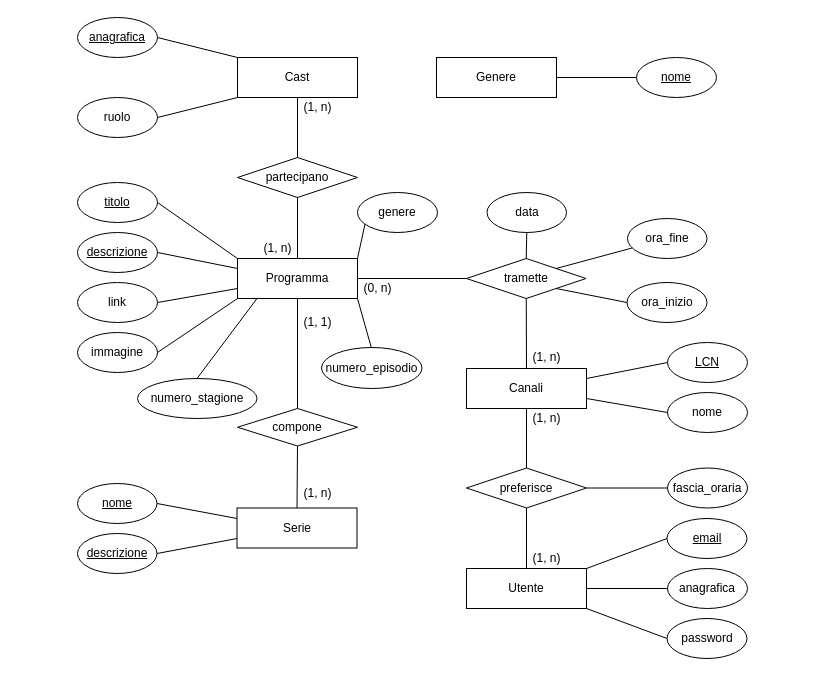
Timat-Piderma/progetto-DB keeps this draw.io diagram as Diagramma ER.drawio. Above is the earlier version. Source tidied: cells renumbered, new cells numbered last; positions are measured from the earlier drawing's top-left corner, leaving out a move shared by most shapes. Both pictures are drawn from the tidied source at 100%, with x=0, y=0 at pixel (77, 17).
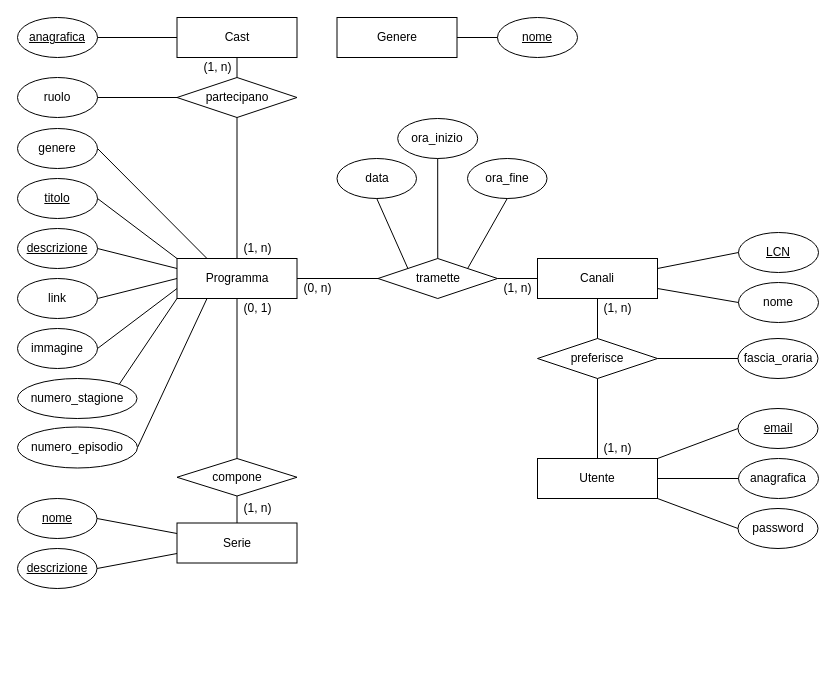
Above is the later version.

Diff of the diagram source:
```diff
@@
     <mxCell id="2" value="Canali" style="rounded=0;whiteSpace=wrap;html=1;" parent="1" vertex="1">
-      <mxGeometry x="389" y="351" width="120" height="40" as="geometry" />
+      <mxGeometry x="460" y="241" width="120" height="40" as="geometry" />
     </mxCell>
     <mxCell id="3" value="Programma" style="rounded=0;whiteSpace=wrap;html=1;" parent="1" vertex="1">
-      <mxGeometry x="160" y="241" width="120" height="40" as="geometry" />
+      <mxGeometry x="99.5" y="241" width="120" height="40" as="geometry" />
     </mxCell>
     <mxCell id="4" value="tramette" style="shape=rhombus;perimeter=rhombusPerimeter;whiteSpace=wrap;html=1;align=center;" parent="1" vertex="1">
-      <mxGeometry x="389" y="241" width="119.5" height="40" as="geometry" />
+      <mxGeometry x="300.5" y="241" width="119.5" height="40" as="geometry" />
     </mxCell>
@@
     <mxCell id="6" value="partecipano" style="shape=rhombus;perimeter=rhombusPerimeter;whiteSpace=wrap;html=1;align=center;" parent="1" vertex="1">
-      <mxGeometry x="160" y="140" width="120" height="40" as="geometry" />
+      <mxGeometry x="99.5" y="60" width="120" height="40" as="geometry" />
     </mxCell>
@@
     <mxCell id="9" value="Utente" style="whiteSpace=wrap;html=1;align=center;" parent="1" vertex="1">
-      <mxGeometry x="389" y="551" width="120" height="40" as="geometry" />
+      <mxGeometry x="460" y="441" width="120" height="40" as="geometry" />
     </mxCell>
@@
     <mxCell id="11" value="LCN" style="ellipse;whiteSpace=wrap;html=1;align=center;fontStyle=4;" parent="1" vertex="1">
-      <mxGeometry x="590" y="325" width="80" height="40" as="geometry" />
+      <mxGeometry x="661" y="215" width="80" height="40" as="geometry" />
     </mxCell>
     <mxCell id="12" value="data" style="ellipse;whiteSpace=wrap;html=1;align=center;" parent="1" vertex="1">
-      <mxGeometry x="409.5" y="175" width="79.5" height="40" as="geometry" />
+      <mxGeometry x="259.5" y="141" width="79.5" height="40" as="geometry" />
     </mxCell>
     <mxCell id="13" value="&lt;u&gt;descrizione&lt;/u&gt;" style="ellipse;whiteSpace=wrap;html=1;align=center;" parent="1" vertex="1">
-      <mxGeometry y="516" width="79.5" height="40" as="geometry" />
+      <mxGeometry x="-60" y="531" width="79.5" height="40" as="geometry" />
     </mxCell>
     <mxCell id="14" value="&lt;u&gt;nome&lt;/u&gt;" style="ellipse;whiteSpace=wrap;html=1;align=center;" parent="1" vertex="1">
-      <mxGeometry y="466" width="79.5" height="40" as="geometry" />
+      <mxGeometry x="-60" y="481" width="79.5" height="40" as="geometry" />
     </mxCell>
     <mxCell id="15" value="anagrafica" style="ellipse;whiteSpace=wrap;html=1;align=center;fontStyle=4;" parent="1" vertex="1">
-      <mxGeometry width="80" height="40" as="geometry" />
+      <mxGeometry x="-60" width="80" height="40" as="geometry" />
     </mxCell>
     <mxCell id="16" value="ruolo" style="ellipse;whiteSpace=wrap;html=1;align=center;" parent="1" vertex="1">
-      <mxGeometry y="80" width="80" height="40" as="geometry" />
+      <mxGeometry x="-60" y="60" width="80" height="40" as="geometry" />
     </mxCell>
     <mxCell id="17" value="email" style="ellipse;whiteSpace=wrap;html=1;align=center;fontStyle=4;" parent="1" vertex="1">
-      <mxGeometry x="589.5" y="501" width="80" height="40" as="geometry" />
+      <mxGeometry x="660.5" y="391" width="80" height="40" as="geometry" />
     </mxCell>
     <mxCell id="18" value="anagrafica" style="ellipse;whiteSpace=wrap;html=1;align=center;" parent="1" vertex="1">
-      <mxGeometry x="590" y="551" width="80" height="40" as="geometry" />
+      <mxGeometry x="661" y="441" width="80" height="40" as="geometry" />
     </mxCell>
     <mxCell id="19" value="password" style="ellipse;whiteSpace=wrap;html=1;align=center;" parent="1" vertex="1">
-      <mxGeometry x="589.5" y="601" width="80" height="40" as="geometry" />
+      <mxGeometry x="660.5" y="491" width="80" height="40" as="geometry" />
     </mxCell>
     <mxCell id="20" value="nome" style="ellipse;whiteSpace=wrap;html=1;align=center;" parent="1" vertex="1">
-      <mxGeometry x="590" y="375" width="80" height="40" as="geometry" />
+      <mxGeometry x="661" y="265" width="80" height="40" as="geometry" />
     </mxCell>
     <mxCell id="21" value="&lt;u&gt;descrizione&lt;/u&gt;" style="ellipse;whiteSpace=wrap;html=1;align=center;" parent="1" vertex="1">
-      <mxGeometry y="215" width="80" height="40" as="geometry" />
+      <mxGeometry x="-60" y="211" width="80" height="40" as="geometry" />
     </mxCell>
     <mxCell id="22" value="titolo" style="ellipse;whiteSpace=wrap;html=1;align=center;fontStyle=4;" parent="1" vertex="1">
-      <mxGeometry y="165" width="80" height="40" as="geometry" />
+      <mxGeometry x="-60" y="161" width="80" height="40" as="geometry" />
     </mxCell>
     <mxCell id="23" value="link" style="ellipse;whiteSpace=wrap;html=1;fontFamily=Helvetica;fontSize=12;fontColor=default;align=center;strokeColor=default;fillColor=default;" parent="1" vertex="1">
-      <mxGeometry y="265" width="80" height="40" as="geometry" />
+      <mxGeometry x="-60" y="261" width="80" height="40" as="geometry" />
     </mxCell>
     <mxCell id="24" value="immagine" style="ellipse;whiteSpace=wrap;html=1;align=center;" parent="1" vertex="1">
-      <mxGeometry y="315" width="80" height="40" as="geometry" />
+      <mxGeometry x="-60" y="311" width="80" height="40" as="geometry" />
     </mxCell>
-    <mxCell id="25" style="endArrow=none;html=1;rounded=0;exitX=1;exitY=0.5;exitDx=0;exitDy=0;entryX=0;entryY=0;entryDx=0;entryDy=0;" parent="1" edge="1" source="15" target="68">
+    <mxCell id="25" style="endArrow=none;html=1;rounded=0;exitX=1;exitY=0.5;exitDx=0;exitDy=0;entryX=0;entryY=0.5;entryDx=0;entryDy=0;" parent="1" edge="1" source="15" target="68">
       <mxGeometry relative="1" as="geometry" />
     </mxCell>
-    <mxCell id="26" style="endArrow=none;html=1;rounded=0;exitX=1;exitY=0.5;exitDx=0;exitDy=0;entryX=0;entryY=1;entryDx=0;entryDy=0;" parent="1" edge="1" source="16" target="68">
+    <mxCell id="26" style="endArrow=none;html=1;rounded=0;exitX=1;exitY=0.5;exitDx=0;exitDy=0;entryX=0;entryY=0.5;entryDx=0;entryDy=0;" parent="1" edge="1" source="16" target="6">
       <mxGeometry relative="1" as="geometry" />
     </mxCell>
@@
     <mxCell id="32" value="Serie" style="whiteSpace=wrap;html=1;align=center;" parent="1" vertex="1">
-      <mxGeometry x="159.5" y="490.5" width="120" height="40" as="geometry" />
+      <mxGeometry x="99.5" y="505.5" width="120" height="40" as="geometry" />
     </mxCell>
     <mxCell id="33" value="numero_stagione" style="ellipse;whiteSpace=wrap;html=1;align=center;" parent="1" vertex="1">
-      <mxGeometry x="60" y="361" width="119.5" height="40" as="geometry" />
+      <mxGeometry x="-60" y="361" width="119.5" height="40" as="geometry" />
     </mxCell>
-    <mxCell id="34" style="endArrow=none;html=1;rounded=0;entryX=1;entryY=1;entryDx=0;entryDy=0;" parent="1" edge="1" target="3">
-      <mxGeometry relative="1" as="geometry">
-        <mxPoint x="293.8" y="330.1" as="sourcePoint" />
-      </mxGeometry>
+    <mxCell id="34" style="endArrow=none;html=1;rounded=0;entryX=0.25;entryY=1;entryDx=0;entryDy=0;exitX=1;exitY=0.5;exitDx=0;exitDy=0;" parent="1" edge="1" source="70" target="3">
+      <mxGeometry relative="1" as="geometry" />
     </mxCell>
-    <mxCell id="35" style="endArrow=none;html=1;rounded=0;" parent="1" edge="1">
-      <mxGeometry relative="1" as="geometry">
-        <mxPoint x="119.5" y="361" as="sourcePoint" />
-        <mxPoint x="179.5" y="281" as="targetPoint" />
-      </mxGeometry>
+    <mxCell id="35" style="endArrow=none;html=1;rounded=0;exitX=1;exitY=0;exitDx=0;exitDy=0;entryX=0;entryY=1;entryDx=0;entryDy=0;" parent="1" edge="1" source="33" target="3">
+      <mxGeometry relative="1" as="geometry" />
     </mxCell>
     <mxCell id="36" style="endArrow=none;html=1;rounded=0;exitX=1;exitY=0.5;exitDx=0;exitDy=0;" parent="1" edge="1" source="13">
       <mxGeometry relative="1" as="geometry">
-        <mxPoint x="159.5" y="521" as="targetPoint" />
+        <mxPoint x="99.5" y="536" as="targetPoint" />
       </mxGeometry>
     </mxCell>
-    <mxCell id="37" style="endArrow=none;html=1;rounded=0;entryX=0.5;entryY=1;entryDx=0;entryDy=0;exitX=0.5;exitY=0;exitDx=0;exitDy=0;" parent="1" edge="1" source="4" target="12">
+    <mxCell id="37" style="endArrow=none;html=1;rounded=0;entryX=0.5;entryY=1;entryDx=0;entryDy=0;exitX=0;exitY=0;exitDx=0;exitDy=0;" parent="1" edge="1" source="4" target="12">
       <mxGeometry relative="1" as="geometry" />
     </mxCell>
@@
-    <mxCell id="40" style="endArrow=none;html=1;rounded=0;entryX=1;entryY=0.5;entryDx=0;entryDy=0;exitX=0;exitY=0.75;exitDx=0;exitDy=0;" parent="1" edge="1" source="3" target="23">
+    <mxCell id="40" style="endArrow=none;html=1;rounded=0;entryX=1;entryY=0.5;entryDx=0;entryDy=0;exitX=0;exitY=0.5;exitDx=0;exitDy=0;" parent="1" edge="1" source="3" target="23">
       <mxGeometry relative="1" as="geometry" />
     </mxCell>
-    <mxCell id="41" style="endArrow=none;html=1;rounded=0;exitX=0;exitY=1;exitDx=0;exitDy=0;entryX=1;entryY=0.5;entryDx=0;entryDy=0;" parent="1" edge="1" source="3" target="24">
+    <mxCell id="41" style="endArrow=none;html=1;rounded=0;exitX=0;exitY=0.75;exitDx=0;exitDy=0;entryX=1;entryY=0.5;entryDx=0;entryDy=0;" parent="1" edge="1" source="3" target="24">
       <mxGeometry relative="1" as="geometry" />
     </mxCell>
-    <mxCell id="42" style="endArrow=none;html=1;rounded=0;exitX=0.5;exitY=1;exitDx=0;exitDy=0;entryX=0.5;entryY=0;entryDx=0;entryDy=0;" parent="1" edge="1" source="4" target="2">
+    <mxCell id="42" style="endArrow=none;html=1;rounded=0;exitX=1;exitY=0.5;exitDx=0;exitDy=0;entryX=0;entryY=0.5;entryDx=0;entryDy=0;" parent="1" edge="1" source="4" target="2">
       <mxGeometry relative="1" as="geometry" />
     </mxCell>
     <mxCell id="43" value="preferisce" style="shape=rhombus;perimeter=rhombusPerimeter;whiteSpace=wrap;html=1;align=center;" parent="1" vertex="1">
-      <mxGeometry x="389" y="450.5" width="120" height="40" as="geometry" />
+      <mxGeometry x="460" y="321" width="120" height="40" as="geometry" />
     </mxCell>
@@
     <mxCell id="46" value="compone" style="shape=rhombus;perimeter=rhombusPerimeter;whiteSpace=wrap;html=1;align=center;" parent="1" vertex="1">
-      <mxGeometry x="160" y="391" width="120" height="37.5" as="geometry" />
+      <mxGeometry x="99.5" y="441" width="120" height="37.5" as="geometry" />
     </mxCell>
@@
     <mxCell id="49" value="ora_fine" style="ellipse;whiteSpace=wrap;html=1;align=center;" parent="1" vertex="1">
-      <mxGeometry x="550" y="201" width="79.5" height="40" as="geometry" />
+      <mxGeometry x="390" y="141" width="79.5" height="40" as="geometry" />
     </mxCell>
-    <mxCell id="50" style="endArrow=none;html=1;rounded=0;exitX=1;exitY=0;exitDx=0;exitDy=0;" parent="1" edge="1" source="4" target="49">
+    <mxCell id="50" style="endArrow=none;html=1;rounded=0;exitX=1;exitY=0;exitDx=0;exitDy=0;entryX=0.5;entryY=1;entryDx=0;entryDy=0;" parent="1" edge="1" source="4" target="49">
       <mxGeometry relative="1" as="geometry" />
     </mxCell>
     <mxCell id="51" style="endArrow=none;html=1;rounded=0;exitX=1;exitY=0.5;exitDx=0;exitDy=0;" parent="1" edge="1" source="14">
       <mxGeometry relative="1" as="geometry">
-        <mxPoint x="159.5" y="501" as="targetPoint" />
+        <mxPoint x="99.5" y="516" as="targetPoint" />
       </mxGeometry>
     </mxCell>
     <mxCell id="52" value="Genere" style="whiteSpace=wrap;html=1;align=center;" parent="1" vertex="1">
-      <mxGeometry x="359" y="40" width="120" height="40" as="geometry" />
+      <mxGeometry x="259.5" width="120" height="40" as="geometry" />
     </mxCell>
     <mxCell id="53" value="&lt;div&gt;nome&lt;/div&gt;" style="ellipse;whiteSpace=wrap;html=1;align=center;fontStyle=4;" parent="1" vertex="1">
-      <mxGeometry x="559" y="40" width="80" height="40" as="geometry" />
+      <mxGeometry x="420" width="80" height="40" as="geometry" />
     </mxCell>
@@
     <mxCell id="55" value="fascia_oraria" style="ellipse;whiteSpace=wrap;html=1;align=center;" parent="1" vertex="1">
-      <mxGeometry x="590" y="450.5" width="80" height="40" as="geometry" />
+      <mxGeometry x="660.5" y="321" width="80" height="40" as="geometry" />
     </mxCell>
@@
     <mxCell id="57" value="ora_inizio" style="ellipse;whiteSpace=wrap;html=1;align=center;" parent="1" vertex="1">
-      <mxGeometry x="549.5" y="265" width="80" height="40" as="geometry" />
+      <mxGeometry x="320.2" y="101" width="80" height="40" as="geometry" />
     </mxCell>
-    <mxCell id="58" style="endArrow=none;html=1;rounded=0;entryX=0;entryY=0.5;entryDx=0;entryDy=0;exitX=1;exitY=1;exitDx=0;exitDy=0;" parent="1" edge="1" source="4" target="57">
+    <mxCell id="58" style="endArrow=none;html=1;rounded=0;entryX=0.5;entryY=1;entryDx=0;entryDy=0;exitX=0.5;exitY=0;exitDx=0;exitDy=0;" parent="1" edge="1" source="4" target="57">
       <mxGeometry relative="1" as="geometry" />
     </mxCell>
     <mxCell id="59" value="(1, n)" style="text;html=1;align=center;verticalAlign=middle;strokeColor=none;fillColor=none;" parent="1" vertex="1">
-      <mxGeometry x="219.5" y="466" width="40" height="20" as="geometry" />
+      <mxGeometry x="159.5" y="481" width="40" height="20" as="geometry" />
     </mxCell>
     <mxCell id="60" value="(1, n)" style="text;html=1;align=center;verticalAlign=middle;strokeColor=none;fillColor=none;" parent="1" vertex="1">
-      <mxGeometry x="219.5" y="80" width="40" height="20" as="geometry" />
+      <mxGeometry x="119.5" y="40" width="40" height="20" as="geometry" />
     </mxCell>
     <mxCell id="61" value="(1, n)" style="text;html=1;align=center;verticalAlign=middle;strokeColor=none;fillColor=none;" parent="1" vertex="1">
-      <mxGeometry x="179.5" y="221" width="40" height="20" as="geometry" />
+      <mxGeometry x="159.5" y="221" width="40" height="20" as="geometry" />
     </mxCell>
     <mxCell id="62" value="(0, n)" style="text;html=1;align=center;verticalAlign=middle;strokeColor=none;fillColor=none;" parent="1" vertex="1">
-      <mxGeometry x="279.5" y="261" width="40" height="20" as="geometry" />
+      <mxGeometry x="219.5" y="261" width="40" height="20" as="geometry" />
     </mxCell>
     <mxCell id="63" value="(1, n)" style="text;html=1;align=center;verticalAlign=middle;strokeColor=none;fillColor=none;" parent="1" vertex="1">
-      <mxGeometry x="448.5" y="330" width="40" height="20" as="geometry" />
+      <mxGeometry x="420" y="261" width="40" height="20" as="geometry" />
     </mxCell>
     <mxCell id="64" value="(1, n)" style="text;html=1;align=center;verticalAlign=middle;strokeColor=none;fillColor=none;" parent="1" vertex="1">
-      <mxGeometry x="449" y="391" width="40" height="20" as="geometry" />
+      <mxGeometry x="520" y="281" width="40" height="20" as="geometry" />
     </mxCell>
     <mxCell id="65" value="(1, n)" style="text;html=1;align=center;verticalAlign=middle;strokeColor=none;fillColor=none;" parent="1" vertex="1">
-      <mxGeometry x="449" y="531" width="40" height="20" as="geometry" />
+      <mxGeometry x="520" y="421" width="40" height="20" as="geometry" />
     </mxCell>
-    <mxCell id="66" style="endArrow=none;html=1;rounded=0;exitX=0;exitY=0.5;exitDx=0;exitDy=0;entryX=1;entryY=0;entryDx=0;entryDy=0;" parent="1" edge="1" target="3">
-      <mxGeometry relative="1" as="geometry">
-        <mxPoint x="290" y="195" as="sourcePoint" />
-      </mxGeometry>
+    <mxCell id="66" style="endArrow=none;html=1;rounded=0;exitX=1;exitY=0.5;exitDx=0;exitDy=0;entryX=0.25;entryY=0;entryDx=0;entryDy=0;" parent="1" edge="1" source="67" target="3">
+      <mxGeometry relative="1" as="geometry" />
     </mxCell>
     <mxCell id="67" value="&lt;div&gt;genere&lt;/div&gt;" style="ellipse;whiteSpace=wrap;html=1;fontFamily=Helvetica;fontSize=12;fontColor=default;align=center;strokeColor=default;fillColor=default;" parent="1" vertex="1">
-      <mxGeometry x="280" y="175" width="80" height="40" as="geometry" />
+      <mxGeometry x="-60" y="111" width="80" height="40" as="geometry" />
     </mxCell>
     <mxCell id="68" value="Cast" style="whiteSpace=wrap;html=1;align=center;" parent="1" vertex="1">
-      <mxGeometry x="160" y="40" width="120" height="40" as="geometry" />
+      <mxGeometry x="99.5" width="120" height="40" as="geometry" />
     </mxCell>
-    <mxCell id="69" value="(1, 1)" style="text;html=1;align=center;verticalAlign=middle;strokeColor=none;fillColor=none;" parent="1" vertex="1">
-      <mxGeometry x="219.5" y="295" width="40" height="20" as="geometry" />
+    <mxCell id="69" value="(0, 1)" style="text;html=1;align=center;verticalAlign=middle;strokeColor=none;fillColor=none;" parent="1" vertex="1">
+      <mxGeometry x="159.5" y="281" width="40" height="20" as="geometry" />
     </mxCell>
     <mxCell id="70" value="numero_episodio" style="ellipse;whiteSpace=wrap;html=1;fontFamily=Helvetica;fontSize=12;fontColor=default;align=center;strokeColor=default;fillColor=default;" parent="1" vertex="1">
-      <mxGeometry x="244" y="330" width="100.5" height="41" as="geometry" />
+      <mxGeometry x="-60" y="409.5" width="120" height="41" as="geometry" />
     </mxCell>
```
